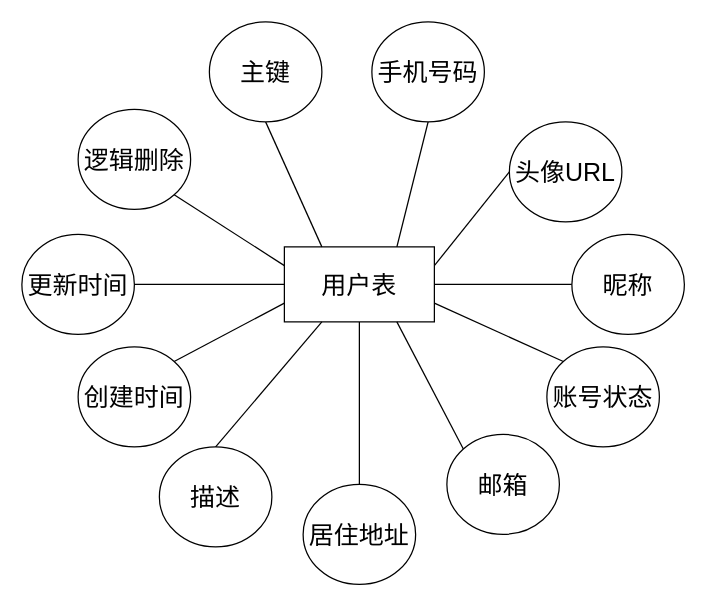
Before: page "第 4 页" (4 of 6) of src/未命名绘图.drawio in ssajdsal/18-comic-finder, a draw.io diagram. Source tidied: cells renumbered, new cells numbered last; positions are measured from the earlier drawing's top-left corner, leaving out a move shared by most shapes. Both pictures are drawn from the tidied source at 125%, with x=0, y=0 at pixel (21, 21).
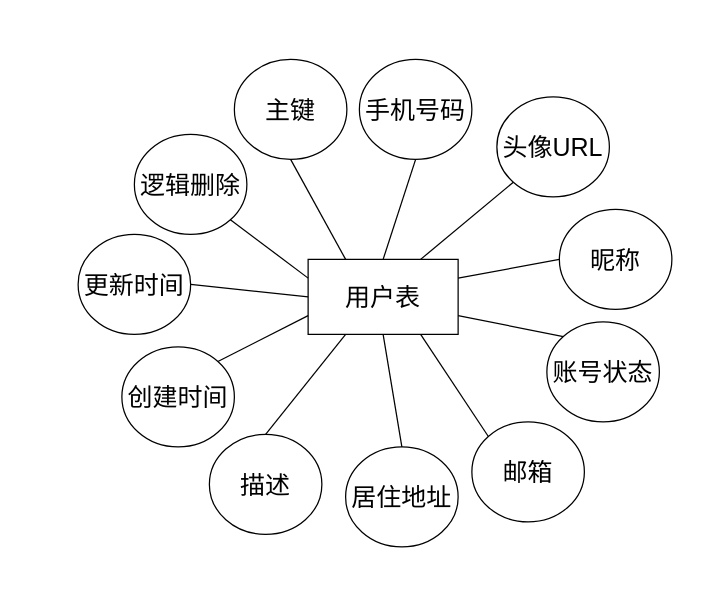
Above is the later version.

Change to the diagram source:
```diff
@@
     <mxCell id="2" value="用户表" style="rounded=0;whiteSpace=wrap;html=1;fontFamily=黑体;fontSize=20;" parent="1" vertex="1">
-      <mxGeometry x="210" y="180" width="120" height="60" as="geometry" />
+      <mxGeometry x="229" y="190" width="120" height="60" as="geometry" />
     </mxCell>
@@
     <mxCell id="4" value="创建时间" style="ellipse;whiteSpace=wrap;html=1;fontFamily=黑体;fontSize=20;" parent="1" vertex="1">
-      <mxGeometry x="45" y="260" width="90" height="80" as="geometry" />
+      <mxGeometry x="80" y="260" width="90" height="80" as="geometry" />
     </mxCell>
@@
     <mxCell id="6" value="更新时间" style="ellipse;whiteSpace=wrap;html=1;fontFamily=黑体;fontSize=20;" parent="1" vertex="1">
-      <mxGeometry y="170" width="90" height="80" as="geometry" />
+      <mxGeometry x="45" y="170" width="90" height="80" as="geometry" />
     </mxCell>
@@
     <mxCell id="8" value="居住地址" style="ellipse;whiteSpace=wrap;html=1;fontFamily=黑体;fontSize=20;" parent="1" vertex="1">
-      <mxGeometry x="225" y="370" width="90" height="80" as="geometry" />
+      <mxGeometry x="259" y="340" width="90" height="80" as="geometry" />
     </mxCell>
-    <mxCell id="9" style="edgeStyle=none;rounded=0;jettySize=auto;html=1;exitX=0;exitY=0.5;exitDx=0;exitDy=0;entryX=1;entryY=0.5;entryDx=0;entryDy=0;endArrow=none;endFill=0;" parent="1" edge="1" source="10" target="2">
+    <mxCell id="9" style="edgeStyle=none;rounded=0;jettySize=auto;html=1;exitX=0;exitY=0.5;exitDx=0;exitDy=0;entryX=1;entryY=0.25;entryDx=0;entryDy=0;endArrow=none;endFill=0;" parent="1" edge="1" source="10" target="2">
       <mxGeometry relative="1" as="geometry" />
     </mxCell>
     <mxCell id="10" value="昵称" style="ellipse;whiteSpace=wrap;html=1;fontFamily=黑体;fontSize=20;" parent="1" vertex="1">
-      <mxGeometry x="440" y="170" width="90" height="80" as="geometry" />
+      <mxGeometry x="430" y="150" width="90" height="80" as="geometry" />
     </mxCell>
-    <mxCell id="11" style="edgeStyle=none;rounded=0;jettySize=auto;html=1;exitX=0;exitY=0.5;exitDx=0;exitDy=0;entryX=1;entryY=0.25;entryDx=0;entryDy=0;endArrow=none;endFill=0;" parent="1" edge="1" source="12" target="2">
+    <mxCell id="11" style="edgeStyle=none;rounded=0;jettySize=auto;html=1;exitX=0;exitY=1;exitDx=0;exitDy=0;entryX=0.75;entryY=0;entryDx=0;entryDy=0;endArrow=none;endFill=0;" parent="1" edge="1" source="12" target="2">
       <mxGeometry relative="1" as="geometry" />
     </mxCell>
     <mxCell id="12" value="头像URL" style="ellipse;whiteSpace=wrap;html=1;fontFamily=黑体;fontSize=20;" parent="1" vertex="1">
-      <mxGeometry x="390" y="80" width="90" height="80" as="geometry" />
+      <mxGeometry x="380" y="60" width="90" height="80" as="geometry" />
     </mxCell>
-    <mxCell id="13" style="edgeStyle=none;rounded=0;jettySize=auto;html=1;exitX=0.5;exitY=1;exitDx=0;exitDy=0;entryX=0.75;entryY=0;entryDx=0;entryDy=0;endArrow=none;endFill=0;" parent="1" edge="1" source="14" target="2">
+    <mxCell id="13" style="edgeStyle=none;rounded=0;jettySize=auto;html=1;exitX=0.5;exitY=1;exitDx=0;exitDy=0;entryX=0.5;entryY=0;entryDx=0;entryDy=0;endArrow=none;endFill=0;" parent="1" edge="1" source="14" target="2">
       <mxGeometry relative="1" as="geometry" />
     </mxCell>
     <mxCell id="14" value="手机号码" style="ellipse;whiteSpace=wrap;html=1;fontFamily=黑体;fontSize=20;" parent="1" vertex="1">
-      <mxGeometry x="280" width="90" height="80" as="geometry" />
+      <mxGeometry x="270" y="30" width="90" height="80" as="geometry" />
     </mxCell>
@@
     <mxCell id="16" value="逻辑删除" style="ellipse;whiteSpace=wrap;html=1;fontFamily=黑体;fontSize=20;" parent="1" vertex="1">
-      <mxGeometry x="45" y="70" width="90" height="80" as="geometry" />
+      <mxGeometry x="90" y="90" width="90" height="80" as="geometry" />
     </mxCell>
@@
     <mxCell id="18" value="邮箱" style="ellipse;whiteSpace=wrap;html=1;fontFamily=黑体;fontSize=20;" parent="1" vertex="1">
-      <mxGeometry x="340" y="330" width="90" height="80" as="geometry" />
+      <mxGeometry x="360" y="320" width="90" height="80" as="geometry" />
     </mxCell>
@@
     <mxCell id="20" value="描述" style="ellipse;whiteSpace=wrap;html=1;fontFamily=黑体;fontSize=20;" parent="1" vertex="1">
-      <mxGeometry x="110" y="340" width="90" height="80" as="geometry" />
+      <mxGeometry x="150" y="330" width="90" height="80" as="geometry" />
     </mxCell>
@@
     <mxCell id="22" value="账号状态" style="ellipse;whiteSpace=wrap;html=1;fontFamily=黑体;fontSize=20;" parent="1" vertex="1">
-      <mxGeometry x="420" y="260" width="90" height="80" as="geometry" />
+      <mxGeometry x="420" y="240" width="90" height="80" as="geometry" />
     </mxCell>
@@
     <mxCell id="24" value="主键" style="ellipse;whiteSpace=wrap;html=1;fontFamily=黑体;fontSize=20;" parent="1" vertex="1">
-      <mxGeometry x="150" width="90" height="80" as="geometry" />
+      <mxGeometry x="170" y="30" width="90" height="80" as="geometry" />
     </mxCell>
```
